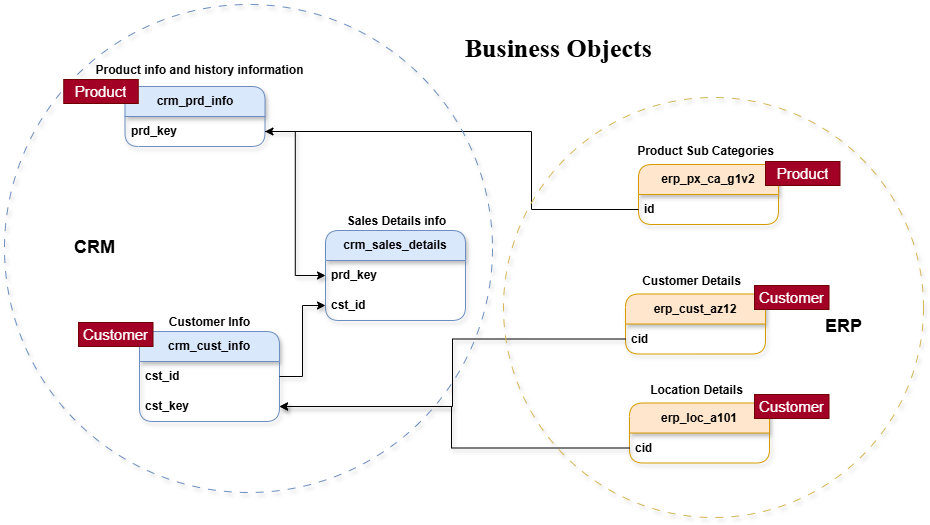
Earlier version of the draw.io export ExploreBusinessObjects.png (KamanHang/sqldatawarehousedataengineeringproject). Source tidied: cells renumbered, new cells last; positions are measured from the earlier drawing's top-left corner, leaving out a move shared by most shapes.
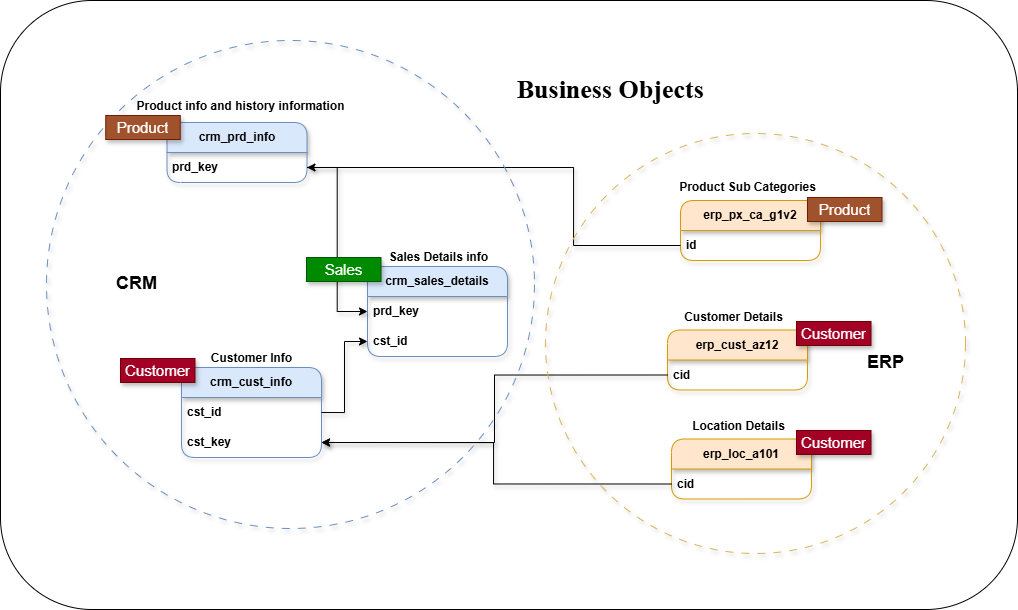
After the commit.

Commit message:
Update Explore Business Object

The edit, as a diff of the source:
```diff
@@ -2,6 +2,9 @@
   <root>
     <mxCell id="0" />
     <mxCell id="1" parent="0" />
+    <mxCell id="37" style="rounded=1;whiteSpace=wrap;html=1;" parent="1" vertex="1">
+      <mxGeometry x="-46" y="-40" width="1017" height="609" as="geometry" />
+    </mxCell>
     <mxCell id="2" value="crm_cust_info" style="swimlane;fontStyle=1;horizontal=1;startSize=30;whiteSpace=wrap;html=1;rounded=1;fillColor=#dae8fc;strokeColor=#6c8ebf;shadow=1;swimlaneLine=1;" parent="1" vertex="1">
       <mxGeometry x="135" y="327" width="140" height="90" as="geometry" />
     </mxCell>
@@ -17,9 +20,9 @@
     <mxCell id="6" value="crm_sales_details" style="swimlane;fontStyle=1;horizontal=1;startSize=30;whiteSpace=wrap;html=1;rounded=1;fillColor=#dae8fc;strokeColor=#6c8ebf;shadow=1;swimlaneLine=1;" parent="1" vertex="1">
       <mxGeometry x="321" y="226" width="140" height="90" as="geometry" />
     </mxCell>
-    <mxCell id="7" value="prd_key" style="text;strokeColor=none;fillColor=none;align=left;verticalAlign=middle;spacingLeft=4;spacingRight=4;overflow=hidden;points=[[0,0.5],[1,0.5]];portConstraint=eastwest;whiteSpace=wrap;html=1;shadow=1;swimlaneLine=1;fontStyle=1;" parent="6" vertex="1">
-      <mxGeometry y="30" width="140" height="30" as="geometry" />
-    </mxCell>
+    <mxCell id="38" value="prd_key" style="text;strokeColor=none;fillColor=none;align=left;verticalAlign=middle;spacingLeft=4;spacingRight=4;overflow=hidden;points=[[0,0.5],[1,0.5]];portConstraint=eastwest;whiteSpace=wrap;html=1;shadow=1;swimlaneLine=1;fontStyle=1;" parent="6" vertex="1">
+      <mxGeometry y="30" width="140" height="30" as="geometry" />
+    </mxCell>
     <mxCell id="8" value="cst_id" style="text;strokeColor=none;fillColor=none;align=left;verticalAlign=middle;spacingLeft=4;spacingRight=4;overflow=hidden;points=[[0,0.5],[1,0.5]];portConstraint=eastwest;whiteSpace=wrap;html=1;shadow=1;swimlaneLine=1;fontStyle=1;" parent="6" vertex="1">
       <mxGeometry y="60" width="140" height="30" as="geometry" />
     </mxCell>
@@ -29,47 +32,47 @@
     <mxCell id="10" value="crm_prd_info" style="swimlane;fontStyle=1;horizontal=1;startSize=30;whiteSpace=wrap;html=1;rounded=1;fillColor=#dae8fc;strokeColor=#6c8ebf;shadow=1;swimlaneLine=1;" parent="1" vertex="1">
       <mxGeometry x="120.5" y="82" width="140" height="60" as="geometry" />
     </mxCell>
-    <mxCell id="11" value="prd_key" style="text;strokeColor=none;fillColor=none;align=left;verticalAlign=middle;spacingLeft=4;spacingRight=4;overflow=hidden;points=[[0,0.5],[1,0.5]];portConstraint=eastwest;whiteSpace=wrap;html=1;shadow=1;swimlaneLine=1;fontStyle=1;" parent="10" vertex="1">
-      <mxGeometry y="30" width="140" height="30" as="geometry" />
-    </mxCell>
+    <mxCell id="39" value="prd_key" style="text;strokeColor=none;fillColor=none;align=left;verticalAlign=middle;spacingLeft=4;spacingRight=4;overflow=hidden;points=[[0,0.5],[1,0.5]];portConstraint=eastwest;whiteSpace=wrap;html=1;shadow=1;swimlaneLine=1;fontStyle=1;" parent="10" vertex="1">
+      <mxGeometry y="30" width="140" height="30" as="geometry" />
+    </mxCell>
     <mxCell id="12" value="Product info and history information" style="text;html=1;align=center;verticalAlign=middle;strokeColor=none;fillColor=none;shadow=1;swimlaneLine=1;fontStyle=1;" parent="1" vertex="1">
       <mxGeometry x="91" y="53" width="207" height="26" as="geometry" />
     </mxCell>
     <mxCell id="13" value="erp_cust_az12" style="swimlane;fontStyle=1;horizontal=1;startSize=30;whiteSpace=wrap;html=1;rounded=1;fillColor=#ffe6cc;strokeColor=#d79b00;shadow=1;swimlaneLine=1;" parent="1" vertex="1">
       <mxGeometry x="621" y="289.5" width="140" height="60" as="geometry" />
     </mxCell>
-    <mxCell id="14" value="cid" style="text;strokeColor=none;fillColor=none;align=left;verticalAlign=middle;spacingLeft=4;spacingRight=4;overflow=hidden;points=[[0,0.5],[1,0.5]];portConstraint=eastwest;whiteSpace=wrap;html=1;shadow=1;swimlaneLine=1;fontStyle=1;" parent="13" vertex="1">
-      <mxGeometry y="30" width="140" height="30" as="geometry" />
-    </mxCell>
+    <mxCell id="40" value="cid" style="text;strokeColor=none;fillColor=none;align=left;verticalAlign=middle;spacingLeft=4;spacingRight=4;overflow=hidden;points=[[0,0.5],[1,0.5]];portConstraint=eastwest;whiteSpace=wrap;html=1;shadow=1;swimlaneLine=1;fontStyle=1;" parent="13" vertex="1">
+      <mxGeometry y="30" width="140" height="30" as="geometry" />
+    </mxCell>
     <mxCell id="15" value="Customer Details" style="text;html=1;align=center;verticalAlign=middle;strokeColor=none;fillColor=none;shadow=1;swimlaneLine=1;fontStyle=1;" parent="1" vertex="1">
       <mxGeometry x="632" y="263.5" width="110" height="26" as="geometry" />
     </mxCell>
-    <mxCell id="16" style="endArrow=classic;html=1;rounded=0;exitX=0;exitY=0.5;exitDx=0;exitDy=0;edgeStyle=orthogonalEdgeStyle;entryX=1;entryY=0.5;entryDx=0;entryDy=0;shadow=1;swimlaneLine=1;fontStyle=1;" parent="1" edge="1" source="14" target="4">
-      <mxGeometry relative="1" as="geometry" />
-    </mxCell>
+    <mxCell id="41" style="endArrow=classic;html=1;rounded=0;exitX=0;exitY=0.5;exitDx=0;exitDy=0;edgeStyle=orthogonalEdgeStyle;entryX=1;entryY=0.5;entryDx=0;entryDy=0;shadow=1;swimlaneLine=1;fontStyle=1;" parent="1" edge="1" source="40" target="4">
+      <mxGeometry relative="1" as="geometry" />
+    </mxCell>
     <mxCell id="17" value="erp_loc_a101" style="swimlane;fontStyle=1;horizontal=1;startSize=30;whiteSpace=wrap;html=1;rounded=1;fillColor=#ffe6cc;strokeColor=#d79b00;shadow=1;swimlaneLine=1;" parent="1" vertex="1">
       <mxGeometry x="625" y="398.5" width="140" height="60" as="geometry" />
     </mxCell>
-    <mxCell id="18" value="cid" style="text;strokeColor=none;fillColor=none;align=left;verticalAlign=middle;spacingLeft=4;spacingRight=4;overflow=hidden;points=[[0,0.5],[1,0.5]];portConstraint=eastwest;whiteSpace=wrap;html=1;shadow=1;swimlaneLine=1;fontStyle=1;" parent="17" vertex="1">
-      <mxGeometry y="30" width="140" height="30" as="geometry" />
-    </mxCell>
+    <mxCell id="42" value="cid" style="text;strokeColor=none;fillColor=none;align=left;verticalAlign=middle;spacingLeft=4;spacingRight=4;overflow=hidden;points=[[0,0.5],[1,0.5]];portConstraint=eastwest;whiteSpace=wrap;html=1;shadow=1;swimlaneLine=1;fontStyle=1;" parent="17" vertex="1">
+      <mxGeometry y="30" width="140" height="30" as="geometry" />
+    </mxCell>
     <mxCell id="19" value="Location Details" style="text;html=1;align=center;verticalAlign=middle;strokeColor=none;fillColor=none;shadow=1;swimlaneLine=1;fontStyle=1;" parent="1" vertex="1">
       <mxGeometry x="640" y="372.5" width="103" height="26" as="geometry" />
     </mxCell>
-    <mxCell id="20" style="endArrow=classic;html=1;rounded=0;entryX=1;entryY=0.5;entryDx=0;entryDy=0;exitX=0;exitY=0.5;exitDx=0;exitDy=0;edgeStyle=orthogonalEdgeStyle;shadow=1;swimlaneLine=1;fontStyle=1;" parent="1" edge="1" source="18" target="4">
-      <mxGeometry relative="1" as="geometry">
-        <Array as="points">
-          <mxPoint x="447" y="444" />
-          <mxPoint x="447" y="402" />
-        </Array>
-      </mxGeometry>
-    </mxCell>
+    <mxCell id="43" style="endArrow=classic;html=1;rounded=0;entryX=1;entryY=0.5;entryDx=0;entryDy=0;exitX=0;exitY=0.5;exitDx=0;exitDy=0;edgeStyle=orthogonalEdgeStyle;shadow=1;swimlaneLine=1;fontStyle=1;" parent="1" edge="1" source="42" target="4">
+      <mxGeometry relative="1" as="geometry">
+        <Array as="points">
+          <mxPoint x="447" y="444" />
+          <mxPoint x="447" y="402" />
+        </Array>
+      </mxGeometry>
+    </mxCell>
     <mxCell id="21" style="endArrow=classic;html=1;rounded=0;exitX=1;exitY=0.5;exitDx=0;exitDy=0;entryX=0;entryY=0.5;entryDx=0;entryDy=0;edgeStyle=orthogonalEdgeStyle;shadow=1;swimlaneLine=1;fontStyle=1;" parent="1" edge="1" source="3" target="8">
       <mxGeometry relative="1" as="geometry" />
     </mxCell>
-    <mxCell id="22" style="endArrow=classic;html=1;rounded=0;exitX=1;exitY=0.5;exitDx=0;exitDy=0;entryX=0;entryY=0.5;entryDx=0;entryDy=0;edgeStyle=orthogonalEdgeStyle;shadow=1;swimlaneLine=1;fontStyle=1;" parent="1" edge="1" source="11" target="7">
-      <mxGeometry relative="1" as="geometry" />
-    </mxCell>
+    <mxCell id="44" style="endArrow=classic;html=1;rounded=0;exitX=1;exitY=0.5;exitDx=0;exitDy=0;entryX=0;entryY=0.5;entryDx=0;entryDy=0;edgeStyle=orthogonalEdgeStyle;shadow=1;swimlaneLine=1;fontStyle=1;" parent="1" edge="1" source="39" target="38">
+      <mxGeometry relative="1" as="geometry" />
+    </mxCell>
     <mxCell id="23" value="erp_px_ca_g1v2" style="swimlane;fontStyle=1;horizontal=1;startSize=30;whiteSpace=wrap;html=1;rounded=1;fillColor=#ffe6cc;strokeColor=#d79b00;shadow=1;swimlaneLine=1;" parent="1" vertex="1">
       <mxGeometry x="634" y="160" width="140" height="60" as="geometry" />
     </mxCell>
@@ -79,43 +82,46 @@
     <mxCell id="25" value="Product Sub Categories" style="text;html=1;align=center;verticalAlign=middle;strokeColor=none;fillColor=none;shadow=1;swimlaneLine=1;fontStyle=1;" parent="1" vertex="1">
       <mxGeometry x="628" y="134" width="145" height="26" as="geometry" />
     </mxCell>
-    <mxCell id="26" style="endArrow=classic;html=1;rounded=0;exitX=0;exitY=0.5;exitDx=0;exitDy=0;entryX=1;entryY=0.5;entryDx=0;entryDy=0;edgeStyle=orthogonalEdgeStyle;fontStyle=1;" parent="1" edge="1" source="24" target="11">
-      <mxGeometry relative="1" as="geometry">
-        <Array as="points">
-          <mxPoint x="527" y="205" />
-          <mxPoint x="527" y="127" />
-        </Array>
-      </mxGeometry>
-    </mxCell>
-    <mxCell id="27" style="ellipse;whiteSpace=wrap;html=1;fillColor=none;strokeColor=#d6b656;dashed=1;dashPattern=8 8;shadow=1;perimeterSpacing=8;fontStyle=1;" parent="1" vertex="1">
-      <mxGeometry x="499" y="93" width="420" height="420" as="geometry" />
-    </mxCell>
-    <mxCell id="28" style="ellipse;whiteSpace=wrap;html=1;fillColor=none;strokeColor=#6c8ebf;dashed=1;dashPattern=8 8;shadow=1;perimeterSpacing=8;fontStyle=1;" parent="1" vertex="1">
-      <mxGeometry width="488" height="488" as="geometry" />
-    </mxCell>
+    <mxCell id="45" style="endArrow=classic;html=1;rounded=0;exitX=0;exitY=0.5;exitDx=0;exitDy=0;entryX=1;entryY=0.5;entryDx=0;entryDy=0;edgeStyle=orthogonalEdgeStyle;fontStyle=1;shadow=1;" parent="1" edge="1" source="24" target="39">
+      <mxGeometry relative="1" as="geometry">
+        <Array as="points">
+          <mxPoint x="527" y="205" />
+          <mxPoint x="527" y="127" />
+        </Array>
+      </mxGeometry>
+    </mxCell>
+    <mxCell id="46" style="ellipse;whiteSpace=wrap;html=1;fillColor=none;strokeColor=#d6b656;dashed=1;dashPattern=8 8;shadow=1;perimeterSpacing=8;fontStyle=1;" parent="1" vertex="1">
+      <mxGeometry x="499" y="93" width="420" height="420" as="geometry" />
+    </mxCell>
+    <mxCell id="47" style="ellipse;whiteSpace=wrap;html=1;fillColor=none;strokeColor=#6c8ebf;dashed=1;dashPattern=8 8;shadow=1;perimeterSpacing=8;fontStyle=1;" parent="1" vertex="1">
+      <mxGeometry width="488" height="488" as="geometry" />
+    </mxCell>
-    <mxCell id="29" value="&lt;span style=&quot;font-size: 18px;&quot;&gt;&lt;span&gt;ERP&lt;/span&gt;&lt;/span&gt;" style="text;html=1;align=center;verticalAlign=middle;strokeColor=none;fillColor=none;fontStyle=1;" parent="1" vertex="1">
+    <mxCell id="29" value="&lt;span style=&quot;font-size: 18px;&quot;&gt;&lt;span&gt;ERP&lt;/span&gt;&lt;/span&gt;" style="text;html=1;align=center;verticalAlign=middle;strokeColor=none;fillColor=none;fontStyle=1;shadow=1;" parent="1" vertex="1">
       <mxGeometry x="811" y="305" width="55" height="34" as="geometry" />
     </mxCell>
-    <mxCell id="30" value="&lt;span&gt;&lt;font style=&quot;font-size: 18px;&quot;&gt;CRM&lt;/font&gt;&lt;/span&gt;" style="text;html=1;align=center;verticalAlign=middle;strokeColor=none;fillColor=none;fontStyle=1;" parent="1" vertex="1">
+    <mxCell id="30" value="&lt;span&gt;&lt;font style=&quot;font-size: 18px;&quot;&gt;CRM&lt;/font&gt;&lt;/span&gt;" style="text;html=1;align=center;verticalAlign=middle;strokeColor=none;fillColor=none;fontStyle=1;shadow=1;" parent="1" vertex="1">
       <mxGeometry x="60" y="226" width="59" height="34" as="geometry" />
     </mxCell>
-    <mxCell id="31" value="&lt;span&gt;&lt;font style=&quot;font-size: 26px;&quot; face=&quot;Times New Roman&quot;&gt;Business Objects&amp;nbsp;&lt;/font&gt;&lt;/span&gt;" style="text;html=1;align=center;verticalAlign=middle;strokeColor=none;fillColor=none;fontStyle=1;" parent="1" vertex="1">
-      <mxGeometry x="455" y="22" width="203" height="43" as="geometry" />
+    <mxCell id="31" value="&lt;span&gt;&lt;font style=&quot;font-size: 26px;&quot; face=&quot;Times New Roman&quot;&gt;Business Objects&amp;nbsp;&lt;/font&gt;&lt;/span&gt;" style="text;html=1;align=center;verticalAlign=middle;strokeColor=none;fillColor=none;fontStyle=1;shadow=1;" parent="1" vertex="1">
+      <mxGeometry x="465" y="28" width="203" height="43" as="geometry" />
     </mxCell>
-    <mxCell id="32" value="&lt;font style=&quot;font-size: 15px;&quot;&gt;Customer&lt;/font&gt;" style="text;html=1;strokeColor=#6F0000;fillColor=#a20025;align=center;verticalAlign=middle;whiteSpace=wrap;overflow=hidden;fontColor=#ffffff;" parent="1" vertex="1">
-      <mxGeometry x="74" y="318" width="74.5" height="24" as="geometry" />
-    </mxCell>
-    <mxCell id="33" value="&lt;font style=&quot;font-size: 15px;&quot;&gt;Product&lt;/font&gt;" style="text;html=1;strokeColor=#6F0000;fillColor=#a20025;align=center;verticalAlign=middle;whiteSpace=wrap;overflow=hidden;fontColor=#ffffff;" parent="1" vertex="1">
-      <mxGeometry x="59.2" y="75" width="74.5" height="24" as="geometry" />
-    </mxCell>
-    <mxCell id="34" value="&lt;font style=&quot;font-size: 15px;&quot;&gt;Product&lt;/font&gt;" style="text;html=1;strokeColor=#6F0000;fillColor=#a20025;align=center;verticalAlign=middle;whiteSpace=wrap;overflow=hidden;fontColor=#ffffff;" parent="1" vertex="1">
-      <mxGeometry x="761" y="157" width="74.5" height="24" as="geometry" />
-    </mxCell>
-    <mxCell id="35" value="&lt;font style=&quot;font-size: 15px;&quot;&gt;Customer&lt;/font&gt;" style="text;html=1;strokeColor=#6F0000;fillColor=#a20025;align=center;verticalAlign=middle;whiteSpace=wrap;overflow=hidden;fontColor=#ffffff;" parent="1" vertex="1">
-      <mxGeometry x="750" y="281" width="74.5" height="24" as="geometry" />
-    </mxCell>
-    <mxCell id="36" value="&lt;font style=&quot;font-size: 15px;&quot;&gt;Customer&lt;/font&gt;" style="text;html=1;strokeColor=#6F0000;fillColor=#a20025;align=center;verticalAlign=middle;whiteSpace=wrap;overflow=hidden;fontColor=#ffffff;" parent="1" vertex="1">
-      <mxGeometry x="750" y="390" width="74.5" height="24" as="geometry" />
-    </mxCell>
+    <mxCell id="48" value="&lt;font style=&quot;font-size: 15px;&quot;&gt;Customer&lt;/font&gt;" style="text;html=1;strokeColor=#6F0000;fillColor=#a20025;align=center;verticalAlign=middle;whiteSpace=wrap;overflow=hidden;fontColor=#ffffff;shadow=1;" parent="1" vertex="1">
+      <mxGeometry x="74" y="318" width="74.5" height="24" as="geometry" />
+    </mxCell>
+    <mxCell id="49" value="&lt;font style=&quot;font-size: 15px;&quot;&gt;Product&lt;/font&gt;" style="text;html=1;strokeColor=#6D1F00;fillColor=#a0522d;align=center;verticalAlign=middle;whiteSpace=wrap;overflow=hidden;fontColor=#ffffff;shadow=1;" parent="1" vertex="1">
+      <mxGeometry x="59.2" y="75" width="74.5" height="24" as="geometry" />
+    </mxCell>
+    <mxCell id="50" value="&lt;font style=&quot;font-size: 15px;&quot;&gt;Product&lt;/font&gt;" style="text;html=1;strokeColor=#6D1F00;fillColor=#a0522d;align=center;verticalAlign=middle;whiteSpace=wrap;overflow=hidden;fontColor=#ffffff;shadow=1;" parent="1" vertex="1">
+      <mxGeometry x="761" y="157" width="74.5" height="24" as="geometry" />
+    </mxCell>
+    <mxCell id="51" value="&lt;font style=&quot;font-size: 15px;&quot;&gt;Customer&lt;/font&gt;" style="text;html=1;strokeColor=#6F0000;fillColor=#a20025;align=center;verticalAlign=middle;whiteSpace=wrap;overflow=hidden;fontColor=#ffffff;shadow=1;" parent="1" vertex="1">
+      <mxGeometry x="750" y="281" width="74.5" height="24" as="geometry" />
+    </mxCell>
+    <mxCell id="52" value="&lt;font style=&quot;font-size: 15px;&quot;&gt;Customer&lt;/font&gt;" style="text;html=1;strokeColor=#6F0000;fillColor=#a20025;align=center;verticalAlign=middle;whiteSpace=wrap;overflow=hidden;fontColor=#ffffff;shadow=1;" parent="1" vertex="1">
+      <mxGeometry x="750" y="390" width="74.5" height="24" as="geometry" />
+    </mxCell>
+    <mxCell id="53" value="&lt;font style=&quot;font-size: 15px;&quot;&gt;Sales&lt;/font&gt;" style="text;html=1;strokeColor=#005700;fillColor=#008a00;align=center;verticalAlign=middle;whiteSpace=wrap;overflow=hidden;fontColor=#ffffff;shadow=1;" parent="1" vertex="1">
+      <mxGeometry x="260" y="217" width="74.5" height="24" as="geometry" />
+    </mxCell>
   </root>
 </mxGraphModel>
```
